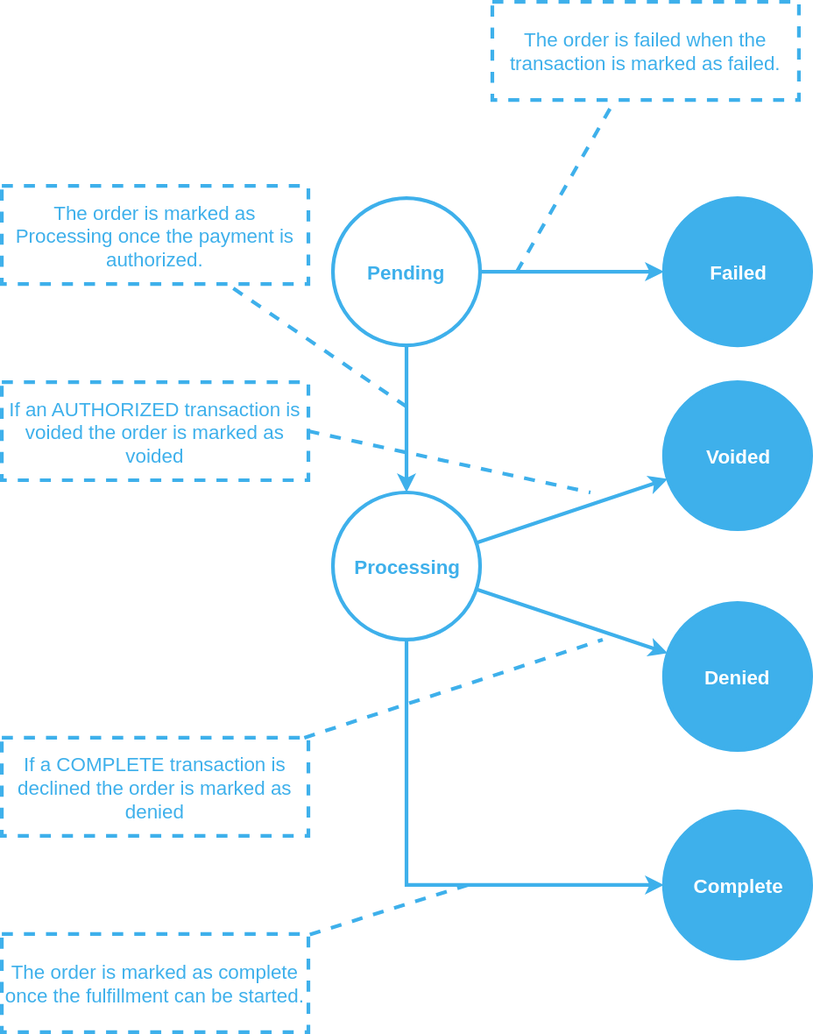
Above: docs/en/resource/state_graph.svg in IP-CAM/Wallee-payment-plugin-Opencart-v.2.1.x (draw.io), before the change. Source tidied: cells renumbered, new cells last; positions are measured from the earlier drawing's top-left corner, leaving out a move shared by most shapes.
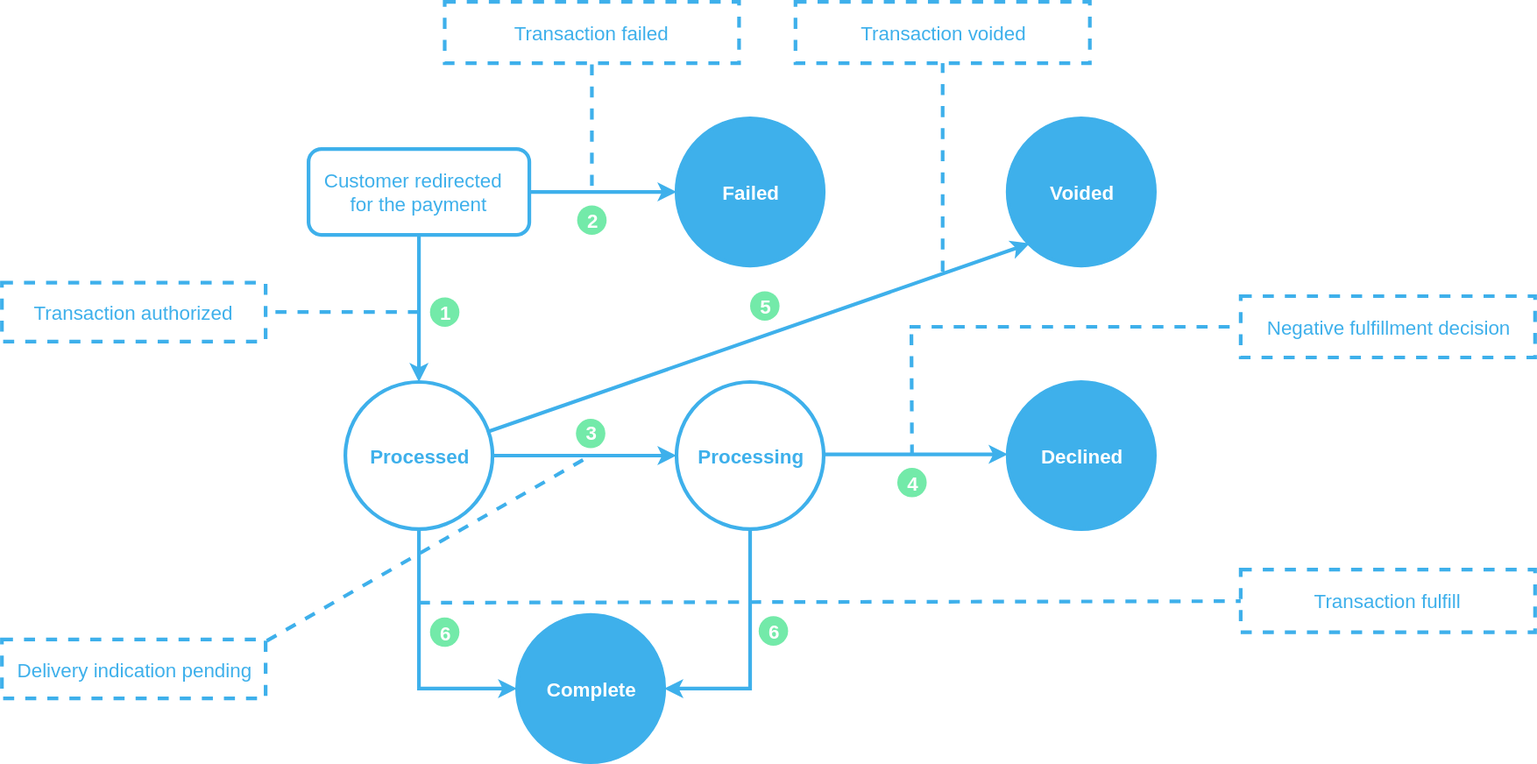
Above is the later version.

Change to the diagram source:
```diff
@@ -2,79 +2,127 @@
   <root>
     <mxCell id="0" />
     <mxCell id="1" parent="0" />
-    <mxCell id="2" style="edgeStyle=orthogonalEdgeStyle;rounded=0;comic=0;html=1;startArrow=none;startFill=0;endArrow=classic;endFill=1;jettySize=auto;strokeColor=#3EB0EB;strokeWidth=3;fontSize=16;fontColor=#3EB0EB;" parent="1" edge="1" source="4" target="7">
-      <mxGeometry relative="1" as="geometry" />
-    </mxCell>
-    <mxCell id="3" style="rounded=0;comic=0;html=1;startArrow=none;startFill=0;endArrow=classic;endFill=1;jettySize=auto;strokeColor=#3EB0EB;strokeWidth=3;fontSize=16;fontColor=#3EB0EB;" parent="1" edge="1" source="4" target="9">
-      <mxGeometry relative="1" as="geometry" />
+    <mxCell id="3" style="rounded=0;comic=0;html=1;startArrow=none;startFill=0;endArrow=classic;endFill=1;jettySize=auto;strokeColor=#3EB0EB;strokeWidth=3;fontSize=16;fontColor=#3EB0EB;" parent="1" edge="1" target="9">
+      <mxGeometry relative="1" as="geometry">
+        <mxPoint x="330" y="280" as="sourcePoint" />
+      </mxGeometry>
     </mxCell>
-    <mxCell id="4" value="Pending&lt;br&gt;" style="ellipse;whiteSpace=wrap;html=1;fillColor=#ffffff;fontSize=16;align=center;strokeColor=#3eb0eb;strokeWidth=3;fontColor=#3EB0EB;fontStyle=1;" parent="1" vertex="1">
-      <mxGeometry x="270" y="160" width="120" height="120" as="geometry" />
-    </mxCell>
     <mxCell id="5" style="edgeStyle=orthogonalEdgeStyle;rounded=0;comic=0;html=1;startArrow=none;startFill=0;endArrow=classic;endFill=1;jettySize=auto;strokeColor=#3EB0EB;strokeWidth=3;fontSize=16;fontColor=#FFFFFF;exitX=0.5;exitY=1;entryX=0;entryY=0.5;" parent="1" edge="1" source="9" target="6">
       <mxGeometry relative="1" as="geometry" />
     </mxCell>
     <mxCell id="6" value="&lt;font color=&quot;#ffffff&quot;&gt;Complete&lt;/font&gt;&lt;br style=&quot;font-size: 16px&quot;&gt;" style="ellipse;whiteSpace=wrap;html=1;fillColor=#3EB0EB;fontSize=16;align=center;strokeColor=#3eb0eb;strokeWidth=3;fontColor=#3EB0EB;fontStyle=1;" parent="1" vertex="1">
-      <mxGeometry x="540" y="660" width="120" height="120" as="geometry" />
+      <mxGeometry x="410" y="590" width="120" height="120" as="geometry" />
     </mxCell>
-    <mxCell id="7" value="Failed&lt;br style=&quot;font-size: 16px&quot;&gt;" style="ellipse;whiteSpace=wrap;html=1;fillColor=#3EB0EB;fontSize=16;align=center;strokeColor=#3eb0eb;strokeWidth=3;fontColor=#FFFFFF;fontStyle=1;" parent="1" vertex="1">
-      <mxGeometry x="540" y="160" width="120" height="120" as="geometry" />
-    </mxCell>
-    <mxCell id="8" style="edgeStyle=none;rounded=0;comic=0;html=1;startArrow=none;startFill=0;endArrow=classic;endFill=1;jettySize=auto;strokeColor=#3EB0EB;strokeWidth=3;fontSize=16;fontColor=#FFFFFF;" parent="1" edge="1" source="9" target="15">
+    <mxCell id="8" style="edgeStyle=none;rounded=0;comic=0;html=1;startArrow=none;startFill=0;endArrow=classic;endFill=1;jettySize=auto;strokeColor=#3EB0EB;strokeWidth=3;fontSize=16;fontColor=#FFFFFF;entryX=0;entryY=1;" parent="1" edge="1" source="9" target="15">
       <mxGeometry relative="1" as="geometry" />
     </mxCell>
-    <mxCell id="9" value="Processing" style="ellipse;whiteSpace=wrap;html=1;fillColor=#ffffff;fontSize=16;align=center;strokeColor=#3eb0eb;strokeWidth=3;fontColor=#3EB0EB;fontStyle=1;" parent="1" vertex="1">
+    <mxCell id="9" value="Processed" style="ellipse;whiteSpace=wrap;html=1;fillColor=#ffffff;fontSize=16;align=center;strokeColor=#3eb0eb;strokeWidth=3;fontColor=#3EB0EB;fontStyle=1;" parent="1" vertex="1">
       <mxGeometry x="270" y="400" width="120" height="120" as="geometry" />
     </mxCell>
-    <mxCell id="10" style="endArrow=none;dashed=1;html=1;strokeColor=#3EB0EB;strokeWidth=3;fontSize=16;fontColor=#FFFFFF;" parent="1" edge="1">
-      <mxGeometry relative="1" as="geometry">
-        <mxPoint x="420" y="220" as="sourcePoint" />
-        <mxPoint x="500" y="80" as="targetPoint" />
-      </mxGeometry>
-    </mxCell>
-    <mxCell id="11" value="&lt;font color=&quot;#3eb0eb&quot;&gt;The order is failed when the transaction is marked as failed.&lt;/font&gt;" style="rounded=0;whiteSpace=wrap;html=1;strokeColor=#3EB0EB;strokeWidth=3;fillColor=#ffffff;fontSize=16;fontColor=#FFFFFF;align=center;dashed=1;" parent="1" vertex="1">
-      <mxGeometry x="400" width="250" height="80" as="geometry" />
-    </mxCell>
-    <mxCell id="12" style="endArrow=none;dashed=1;html=1;strokeColor=#3EB0EB;strokeWidth=3;fontSize=16;fontColor=#FFFFFF;" parent="1" edge="1" target="13">
+    <mxCell id="12" style="endArrow=none;dashed=1;html=1;strokeColor=#3EB0EB;strokeWidth=3;fontSize=16;fontColor=#FFFFFF;entryX=1;entryY=0.5;" parent="1" edge="1" target="13">
       <mxGeometry relative="1" as="geometry">
-        <mxPoint x="330" y="330" as="sourcePoint" />
+        <mxPoint x="330" y="343" as="sourcePoint" />
       </mxGeometry>
     </mxCell>
-    <mxCell id="13" value="&lt;font color=&quot;#3eb0eb&quot;&gt;The order is marked as Processing once the payment is authorized.&lt;/font&gt;" style="rounded=0;whiteSpace=wrap;html=1;strokeColor=#3EB0EB;strokeWidth=3;fillColor=#ffffff;fontSize=16;fontColor=#FFFFFF;align=center;dashed=1;" parent="1" vertex="1">
-      <mxGeometry y="150" width="250" height="80" as="geometry" />
+    <mxCell id="13" value="&lt;font color=&quot;#3eb0eb&quot;&gt;Transaction authorized&lt;/font&gt;&lt;br&gt;" style="rounded=0;whiteSpace=wrap;html=1;strokeColor=#3EB0EB;strokeWidth=3;fillColor=#ffffff;fontSize=16;fontColor=#FFFFFF;align=center;dashed=1;" parent="1" vertex="1">
+      <mxGeometry x="-10" y="319" width="215" height="48" as="geometry" />
     </mxCell>
-    <mxCell id="14" value="&lt;font color=&quot;#3eb0eb&quot;&gt;The order is marked as complete once the fulfillment can be started.&lt;/font&gt;" style="rounded=0;whiteSpace=wrap;html=1;strokeColor=#3EB0EB;strokeWidth=3;fillColor=#ffffff;fontSize=16;fontColor=#FFFFFF;align=center;dashed=1;" parent="1" vertex="1">
-      <mxGeometry y="760" width="250" height="80" as="geometry" />
+    <mxCell id="14" value="&lt;font color=&quot;#3eb0eb&quot;&gt;Transaction fulfill&lt;/font&gt;&lt;br&gt;" style="rounded=0;whiteSpace=wrap;html=1;strokeColor=#3EB0EB;strokeWidth=3;fillColor=#ffffff;fontSize=16;fontColor=#FFFFFF;align=center;dashed=1;" parent="1" vertex="1">
+      <mxGeometry x="1000" y="553" width="240" height="51" as="geometry" />
     </mxCell>
+    <mxCell id="23" value="&lt;font color=&quot;#3eb0eb&quot;&gt;Negative fulfillment decision&lt;br&gt;&lt;/font&gt;" style="rounded=0;whiteSpace=wrap;html=1;strokeColor=#3EB0EB;strokeWidth=3;fillColor=#ffffff;fontSize=16;fontColor=#FFFFFF;align=center;dashed=1;" parent="1" vertex="1">
+      <mxGeometry x="1000" y="330" width="240" height="50" as="geometry" />
+    </mxCell>
     <mxCell id="15" value="Voided&lt;br style=&quot;font-size: 16px&quot;&gt;" style="ellipse;whiteSpace=wrap;html=1;fillColor=#3EB0EB;fontSize=16;align=center;strokeColor=#3eb0eb;strokeWidth=3;fontColor=#FFFFFF;fontStyle=1;" parent="1" vertex="1">
-      <mxGeometry x="540" y="310" width="120" height="120" as="geometry" />
+      <mxGeometry x="810" y="185" width="120" height="120" as="geometry" />
     </mxCell>
+    <mxCell id="24" style="endArrow=none;dashed=1;html=1;strokeColor=#3EB0EB;strokeWidth=3;fontSize=16;fontColor=#FFFFFF;entryX=0.5;entryY=1;entryDx=0;entryDy=0;" parent="1" edge="1" target="43">
+      <mxGeometry relative="1" as="geometry">
+        <mxPoint x="757" y="310" as="sourcePoint" />
+      </mxGeometry>
+    </mxCell>
+    <mxCell id="25" value="Processing&lt;br style=&quot;font-size: 16px&quot;&gt;" style="ellipse;whiteSpace=wrap;html=1;fillColor=#ffffff;fontSize=16;align=center;strokeColor=#3eb0eb;strokeWidth=3;fontColor=#3EB0EB;fontStyle=1;" parent="1" vertex="1">
+      <mxGeometry x="540" y="400" width="120" height="120" as="geometry" />
+    </mxCell>
+    <mxCell id="26" style="edgeStyle=orthogonalEdgeStyle;rounded=0;comic=0;html=1;startArrow=none;startFill=0;endArrow=classic;endFill=1;jettySize=auto;strokeColor=#3EB0EB;strokeWidth=3;fontSize=16;fontColor=#FFFFFF;entryX=0;entryY=0.5;" parent="1" edge="1" source="9" target="25">
+      <mxGeometry relative="1" as="geometry" />
+    </mxCell>
+    <mxCell id="27" style="edgeStyle=orthogonalEdgeStyle;rounded=0;comic=0;html=1;startArrow=none;startFill=0;endArrow=classic;endFill=1;jettySize=auto;strokeColor=#3EB0EB;strokeWidth=3;fontSize=16;fontColor=#FFFFFF;entryX=1;entryY=0.5;exitX=0.5;exitY=1;" parent="1" edge="1" source="25" target="6">
+      <mxGeometry relative="1" as="geometry" />
+    </mxCell>
+    <mxCell id="28" value="&lt;font color=&quot;#3eb0eb&quot;&gt;Delivery indication pending&lt;/font&gt;" style="rounded=0;whiteSpace=wrap;html=1;strokeColor=#3EB0EB;strokeWidth=3;fillColor=#ffffff;fontSize=16;fontColor=#FFFFFF;align=center;dashed=1;" parent="1" vertex="1">
+      <mxGeometry x="-10" y="610" width="215" height="48" as="geometry" />
+    </mxCell>
+    <mxCell id="29" style="endArrow=none;dashed=1;html=1;strokeColor=#3EB0EB;strokeWidth=3;fontSize=16;fontColor=#FFFFFF;exitX=1.005;exitY=0.021;exitDx=0;exitDy=0;exitPerimeter=0;" parent="1" edge="1" source="28">
+      <mxGeometry relative="1" as="geometry">
+        <mxPoint x="470" y="460" as="targetPoint" />
+      </mxGeometry>
+    </mxCell>
+    <mxCell id="30" style="endArrow=none;dashed=1;html=1;strokeColor=#3EB0EB;strokeWidth=3;fontSize=16;fontColor=#FFFFFF;entryX=0;entryY=0.5;entryDx=0;entryDy=0;" parent="1" edge="1" target="23">
+      <mxGeometry relative="1" as="geometry">
+        <mxPoint x="730" y="355" as="sourcePoint" />
+      </mxGeometry>
+    </mxCell>
     <mxCell id="16" style="endArrow=none;dashed=1;html=1;strokeColor=#3EB0EB;strokeWidth=3;fontSize=16;fontColor=#FFFFFF;" parent="1" edge="1" target="14">
       <mxGeometry relative="1" as="geometry">
-        <mxPoint x="380" y="720" as="sourcePoint" />
+        <mxPoint x="330" y="580" as="sourcePoint" />
       </mxGeometry>
     </mxCell>
-    <mxCell id="17" value="Denied&lt;br style=&quot;font-size: 16px&quot;&gt;" style="ellipse;whiteSpace=wrap;html=1;fillColor=#3EB0EB;fontSize=16;align=center;strokeColor=#3eb0eb;strokeWidth=3;fontColor=#FFFFFF;fontStyle=1;" parent="1" vertex="1">
-      <mxGeometry x="540" y="490" width="120" height="120" as="geometry" />
-    </mxCell>
-    <mxCell id="18" style="edgeStyle=none;rounded=0;comic=0;html=1;startArrow=none;startFill=0;endArrow=classic;endFill=1;jettySize=auto;strokeColor=#3EB0EB;strokeWidth=3;fontSize=16;fontColor=#FFFFFF;" parent="1" edge="1" source="9" target="17">
-      <mxGeometry relative="1" as="geometry" />
-    </mxCell>
-    <mxCell id="19" value="&lt;font color=&quot;#3eb0eb&quot;&gt;If an AUTHORIZED transaction is voided the order is marked as voided&lt;/font&gt;" style="rounded=0;whiteSpace=wrap;html=1;strokeColor=#3EB0EB;strokeWidth=3;fillColor=#ffffff;fontSize=16;fontColor=#FFFFFF;align=center;dashed=1;" parent="1" vertex="1">
-      <mxGeometry y="310" width="250" height="80" as="geometry" />
-    </mxCell>
-    <mxCell id="20" style="endArrow=none;dashed=1;html=1;strokeColor=#3EB0EB;strokeWidth=3;fontSize=16;fontColor=#FFFFFF;exitX=1;exitY=0.5;" parent="1" edge="1" source="19">
-      <mxGeometry relative="1" as="geometry">
-        <mxPoint x="480" y="400" as="targetPoint" />
-      </mxGeometry>
-    </mxCell>
-    <mxCell id="21" value="&lt;font color=&quot;#3eb0eb&quot;&gt;If a COMPLETE transaction is declined the order is marked as denied&lt;/font&gt;" style="rounded=0;whiteSpace=wrap;html=1;strokeColor=#3EB0EB;strokeWidth=3;fillColor=#ffffff;fontSize=16;fontColor=#FFFFFF;align=center;dashed=1;" parent="1" vertex="1">
-      <mxGeometry y="600" width="250" height="80" as="geometry" />
-    </mxCell>
-    <mxCell id="22" style="endArrow=none;dashed=1;html=1;strokeColor=#3EB0EB;strokeWidth=3;fontSize=16;fontColor=#FFFFFF;" parent="1" edge="1" source="21">
-      <mxGeometry relative="1" as="geometry">
-        <mxPoint x="490" y="520" as="targetPoint" />
-      </mxGeometry>
-    </mxCell>
+    <mxCell id="31" value="&lt;font color=&quot;#3eb0eb&quot; style=&quot;font-size: 16px&quot;&gt;&lt;span&gt;Customer redirected&amp;nbsp;&amp;nbsp;&lt;/span&gt;&lt;br&gt;for the payment&lt;br&gt;&lt;/font&gt;" style="rounded=1;whiteSpace=wrap;html=1;strokeColor=#3EB0EB;strokeWidth=3;" parent="1" vertex="1">
+      <mxGeometry x="240" y="210" width="180" height="70" as="geometry" />
+    </mxCell>
+    <mxCell id="32" value="1&lt;br style=&quot;font-size: 16px&quot;&gt;" style="ellipse;whiteSpace=wrap;html=1;fillColor=#73EAA9;fontSize=16;align=center;strokeColor=none;strokeWidth=3;fontColor=#FFFFFF;fontStyle=1;" parent="1" vertex="1">
+      <mxGeometry x="339" y="331" width="24" height="24" as="geometry" />
+    </mxCell>
+    <mxCell id="33" value="3&lt;br style=&quot;font-size: 16px&quot;&gt;" style="ellipse;whiteSpace=wrap;html=1;fillColor=#73EAA9;fontSize=16;align=center;strokeColor=none;strokeWidth=3;fontColor=#FFFFFF;fontStyle=1;" parent="1" vertex="1">
+      <mxGeometry x="458" y="429.5" width="24" height="24" as="geometry" />
+    </mxCell>
+    <mxCell id="34" value="5&lt;br style=&quot;font-size: 16px&quot;&gt;" style="ellipse;whiteSpace=wrap;html=1;fillColor=#73EAA9;fontSize=16;align=center;strokeColor=none;strokeWidth=3;fontColor=#FFFFFF;fontStyle=1;" parent="1" vertex="1">
+      <mxGeometry x="600" y="326" width="24" height="24" as="geometry" />
+    </mxCell>
+    <mxCell id="35" value="6&lt;br style=&quot;font-size: 16px&quot;&gt;" style="ellipse;whiteSpace=wrap;html=1;fillColor=#73EAA9;fontSize=16;align=center;strokeColor=none;strokeWidth=3;fontColor=#FFFFFF;fontStyle=1;" parent="1" vertex="1">
+      <mxGeometry x="339" y="592" width="24" height="24" as="geometry" />
+    </mxCell>
+    <mxCell id="36" value="4&lt;br style=&quot;font-size: 16px&quot;&gt;" style="ellipse;whiteSpace=wrap;html=1;fillColor=#73EAA9;fontSize=16;align=center;strokeColor=none;strokeWidth=3;fontColor=#FFFFFF;fontStyle=1;" parent="1" vertex="1">
+      <mxGeometry x="720" y="470" width="24" height="24" as="geometry" />
+    </mxCell>
+    <mxCell id="37" value="&lt;font color=&quot;#3eb0eb&quot;&gt;Transaction failed&lt;br&gt;&lt;/font&gt;" style="rounded=0;whiteSpace=wrap;html=1;strokeColor=#3EB0EB;strokeWidth=3;fillColor=#ffffff;fontSize=16;fontColor=#FFFFFF;align=center;dashed=1;" parent="1" vertex="1">
+      <mxGeometry x="351" y="90" width="240" height="50" as="geometry" />
+    </mxCell>
+    <mxCell id="38" value="6&lt;br style=&quot;font-size: 16px&quot;&gt;" style="ellipse;whiteSpace=wrap;html=1;fillColor=#73EAA9;fontSize=16;align=center;strokeColor=none;strokeWidth=3;fontColor=#FFFFFF;fontStyle=1;" parent="1" vertex="1">
+      <mxGeometry x="607" y="591" width="24" height="24" as="geometry" />
+    </mxCell>
+    <mxCell id="39" value="Declined&lt;br style=&quot;font-size: 16px&quot;&gt;" style="ellipse;whiteSpace=wrap;html=1;fillColor=#3EB0EB;fontSize=16;align=center;strokeColor=#3eb0eb;strokeWidth=3;fontColor=#FFFFFF;fontStyle=1;" parent="1" vertex="1">
+      <mxGeometry x="810" y="400" width="120" height="120" as="geometry" />
+    </mxCell>
+    <mxCell id="40" style="edgeStyle=orthogonalEdgeStyle;rounded=0;comic=0;html=1;startArrow=none;startFill=0;endArrow=classic;endFill=1;jettySize=auto;orthogonalLoop=1;strokeColor=#3EB0EB;strokeWidth=3;fontSize=16;fontColor=#FFFFFF;entryX=0;entryY=0.5;" parent="1" edge="1">
+      <mxGeometry relative="1" as="geometry">
+        <mxPoint x="660" y="459" as="sourcePoint" />
+        <mxPoint x="810" y="459" as="targetPoint" />
+      </mxGeometry>
+    </mxCell>
+    <mxCell id="41" style="endArrow=none;dashed=1;html=1;strokeColor=#3EB0EB;strokeWidth=3;fontSize=16;fontColor=#FFFFFF;entryX=0.5;entryY=1;entryDx=0;entryDy=0;" parent="1" edge="1">
+      <mxGeometry relative="1" as="geometry">
+        <mxPoint x="732" y="460" as="sourcePoint" />
+        <mxPoint x="731.5" y="355" as="targetPoint" />
+      </mxGeometry>
+    </mxCell>
+    <mxCell id="7" value="Failed&lt;br style=&quot;font-size: 16px&quot;&gt;" style="ellipse;whiteSpace=wrap;html=1;fillColor=#3EB0EB;fontSize=16;align=center;strokeColor=#3eb0eb;strokeWidth=3;fontColor=#FFFFFF;fontStyle=1;" parent="1" vertex="1">
+      <mxGeometry x="540" y="185" width="120" height="120" as="geometry" />
+    </mxCell>
+    <mxCell id="42" style="rounded=0;comic=0;html=1;startArrow=none;startFill=0;endArrow=classic;endFill=1;jettySize=auto;strokeColor=#3EB0EB;strokeWidth=3;fontSize=16;fontColor=#3EB0EB;exitX=1;exitY=0.5;exitDx=0;exitDy=0;entryX=0;entryY=0.5;entryDx=0;entryDy=0;" parent="1" edge="1" source="31" target="7">
+      <mxGeometry relative="1" as="geometry" />
+    </mxCell>
+    <mxCell id="43" value="&lt;font color=&quot;#3eb0eb&quot;&gt;Transaction voided&lt;br&gt;&lt;/font&gt;" style="rounded=0;whiteSpace=wrap;html=1;strokeColor=#3EB0EB;strokeWidth=3;fillColor=#ffffff;fontSize=16;fontColor=#FFFFFF;align=center;dashed=1;" parent="1" vertex="1">
+      <mxGeometry x="637" y="90" width="240" height="50" as="geometry" />
+    </mxCell>
+    <mxCell id="44" style="endArrow=none;dashed=1;html=1;strokeColor=#3EB0EB;strokeWidth=3;fontSize=16;fontColor=#FFFFFF;entryX=0.5;entryY=1;entryDx=0;entryDy=0;" parent="1" edge="1" target="37">
+      <mxGeometry relative="1" as="geometry">
+        <mxPoint x="471" y="240" as="sourcePoint" />
+      </mxGeometry>
+    </mxCell>
+    <mxCell id="45" value="2&lt;br style=&quot;font-size: 16px&quot;&gt;" style="ellipse;whiteSpace=wrap;html=1;fillColor=#73EAA9;fontSize=16;align=center;strokeColor=none;strokeWidth=3;fontColor=#FFFFFF;fontStyle=1;" parent="1" vertex="1">
+      <mxGeometry x="459" y="256" width="24" height="24" as="geometry" />
+    </mxCell>
   </root>
 </mxGraphModel>
```
